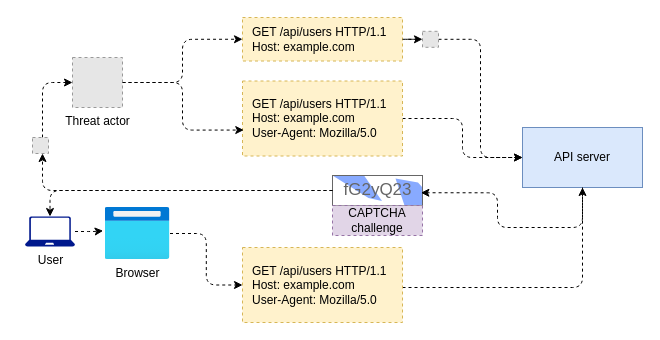
Before: page "Page-20" (20 of 20) of ch04.drawio in abunuwas/api-sec-book-imgs, a draw.io diagram. Source tidied: cells renumbered, new cells numbered last; positions are measured from the earlier drawing's top-left corner, leaving out a move shared by most shapes. Both pictures are drawn from the tidied source at 100%, with x=0, y=0 at pixel (24, 17). Pictures stored in the file or linked from it are replaced by grey dashed boxes.
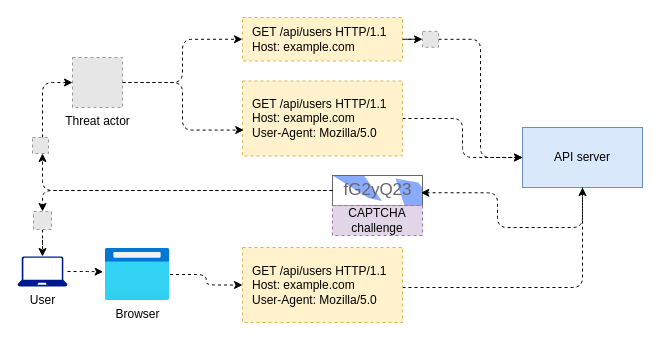
After the change.

Unchanged cells that the change refers to:
```xml
<mxCell id="13" value="fG2yQ23" style="strokeWidth=1;shadow=0;dashed=0;align=center;html=1;shape=mxgraph.mockup.text.captcha;fontColor=#666666;fontSize=17;strokeColor=#666666;mainText=;" parent="1" vertex="1">
  <mxGeometry x="308" y="158" width="90" height="30" as="geometry" />
</mxCell>
```

The edit, as a diff of the source:
```diff
@@
     <mxCell id="6" value="Browser" style="image;html=1;points=[];align=center;fontSize=12;image=img/lib/azure2/general/Browser.svg;" parent="1" vertex="1">
-      <mxGeometry x="80.5" y="190" width="65" height="52" as="geometry" />
+      <mxGeometry x="80.5" y="231" width="65" height="52" as="geometry" />
     </mxCell>
     <mxCell id="7" value="User" style="sketch=0;shadow=0;dashed=0;html=1;strokeColor=none;labelPosition=center;verticalLabelPosition=bottom;verticalAlign=top;align=center;fillColor=#00188D;shape=mxgraph.azure.laptop;" parent="1" vertex="1">
-      <mxGeometry x="0.5" y="199" width="50" height="30" as="geometry" />
+      <mxGeometry x="-7" y="239" width="50" height="30" as="geometry" />
     </mxCell>
@@
-    <mxCell id="20" style="edgeStyle=orthogonalEdgeStyle;rounded=1;jettySize=auto;html=1;entryX=0.5;entryY=0;entryDx=0;entryDy=0;entryPerimeter=0;curved=0;dashed=1;" parent="1" edge="1" source="13" target="7">
+    <mxCell id="20" style="edgeStyle=orthogonalEdgeStyle;rounded=1;jettySize=auto;html=1;entryX=0.5;entryY=0;entryDx=0;entryDy=0;entryPerimeter=0;curved=0;dashed=1;" parent="1" edge="1" source="26" target="7">
       <mxGeometry relative="1" as="geometry" />
     </mxCell>
@@
+    <mxCell id="25" style="edgeStyle=orthogonalEdgeStyle;rounded=1;jettySize=auto;html=1;entryX=0.5;entryY=0;entryDx=0;entryDy=0;entryPerimeter=0;curved=0;dashed=1;" parent="1" edge="1" source="13" target="26">
+      <mxGeometry relative="1" as="geometry">
+        <Array as="points">
+          <mxPoint x="18" y="173" />
+          <mxPoint x="18" y="194" />
+        </Array>
+      </mxGeometry>
+    </mxCell>
+    <mxCell id="26" style="fillColor=#E6E6E6;strokeColor=#999999;dashed=1;html=1;verticalAlign=top;verticalLabelPosition=bottom;labelBackgroundColor=#ffffff;" parent="1" vertex="1">
+      <mxGeometry x="9" y="194" width="18" height="18" as="geometry" />
+    </mxCell>
```
